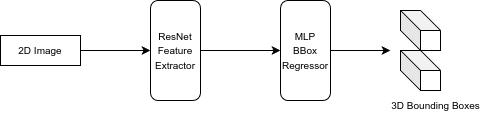
TarlanBakirli/3d_bbox_prediction keeps this draw.io diagram as 3d_bbox_prediction.drawio.png. Above is the earlier version. Source tidied: cells renumbered, new cells last; positions are measured from the earlier drawing's top-left corner, leaving out a move shared by most shapes.
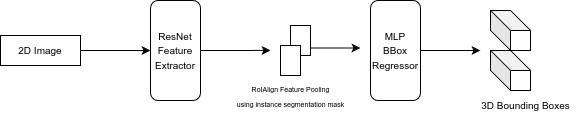
The same diagram one commit later.

The edit, as a diff of the source:
```diff
@@ -2,11 +2,13 @@
   <root>
     <mxCell id="0" />
     <mxCell id="1" parent="0" />
-    <mxCell id="2" style="edgeStyle=orthogonalEdgeStyle;rounded=0;jettySize=auto;html=1;" parent="1" edge="1" source="3" target="5">
-      <mxGeometry relative="1" as="geometry" />
-    </mxCell>
+    <mxCell id="11" style="edgeStyle=orthogonalEdgeStyle;rounded=0;jettySize=auto;html=1;exitX=0;exitY=0.5;exitDx=0;exitDy=0;" parent="1" edge="1" source="3">
+      <mxGeometry relative="1" as="geometry">
+        <mxPoint x="180" y="49.9" as="targetPoint" />
+      </mxGeometry>
+    </mxCell>
     <mxCell id="3" value="&lt;font style=&quot;font-size: 10px;&quot;&gt;ResNet&lt;/font&gt;&lt;div&gt;&lt;font style=&quot;font-size: 10px;&quot;&gt;Feature&lt;/font&gt;&lt;/div&gt;&lt;div&gt;&lt;font style=&quot;font-size: 10px;&quot;&gt;Extractor&lt;/font&gt;&lt;/div&gt;" style="rounded=1;whiteSpace=wrap;html=1;direction=west;" parent="1" vertex="1">
-      <mxGeometry x="150" width="50" height="100" as="geometry" />
+      <mxGeometry x="60" width="50" height="100" as="geometry" />
     </mxCell>
     <mxCell id="4" style="edgeStyle=orthogonalEdgeStyle;rounded=0;jettySize=auto;html=1;" parent="1" edge="1" source="5">
       <mxGeometry relative="1" as="geometry">
@@ -20,7 +22,7 @@
       <mxGeometry relative="1" as="geometry" />
     </mxCell>
     <mxCell id="7" value="&lt;font style=&quot;font-size: 10px;&quot;&gt;2D Image&lt;/font&gt;" style="rounded=0;whiteSpace=wrap;html=1;" parent="1" vertex="1">
-      <mxGeometry y="35" width="80" height="30" as="geometry" />
+      <mxGeometry x="-90" y="35" width="80" height="30" as="geometry" />
     </mxCell>
     <mxCell id="8" style="shape=cube;whiteSpace=wrap;html=1;boundedLbl=1;backgroundOutline=1;darkOpacity=0.05;darkOpacity2=0.1;" parent="1" vertex="1">
       <mxGeometry x="400" y="10" width="40" height="40" as="geometry" />
@@ -31,5 +33,19 @@
     <mxCell id="10" value="&lt;font style=&quot;font-size: 10px;&quot;&gt;3D Bounding Boxes&lt;/font&gt;" style="text;html=1;align=center;verticalAlign=middle;strokeColor=none;fillColor=none;" parent="1" vertex="1">
       <mxGeometry x="380" y="90" width="110" height="30" as="geometry" />
     </mxCell>
+    <mxCell id="12" style="edgeStyle=orthogonalEdgeStyle;rounded=0;jettySize=auto;html=1;exitX=1;exitY=0.75;exitDx=0;exitDy=0;" parent="1" edge="1" source="13">
+      <mxGeometry relative="1" as="geometry">
+        <mxPoint x="270" y="47.6" as="targetPoint" />
+      </mxGeometry>
+    </mxCell>
+    <mxCell id="13" style="rounded=0;whiteSpace=wrap;html=1;" parent="1" vertex="1">
+      <mxGeometry x="200" y="25" width="20" height="30" as="geometry" />
+    </mxCell>
+    <mxCell id="14" style="rounded=0;whiteSpace=wrap;html=1;" parent="1" vertex="1">
+      <mxGeometry x="190" y="45" width="20" height="30" as="geometry" />
+    </mxCell>
+    <mxCell id="15" value="&lt;font style=&quot;font-size: 7px;&quot;&gt;RoIAlign Feature Pooling&lt;/font&gt;&lt;div&gt;&lt;font style=&quot;font-size: 7px;&quot;&gt;using instance segmentation mask&lt;/font&gt;&lt;/div&gt;" style="text;html=1;align=center;verticalAlign=middle;strokeColor=none;fillColor=none;" parent="1" vertex="1">
+      <mxGeometry x="135" y="75" width="130" height="40" as="geometry" />
+    </mxCell>
   </root>
 </mxGraphModel>
```
